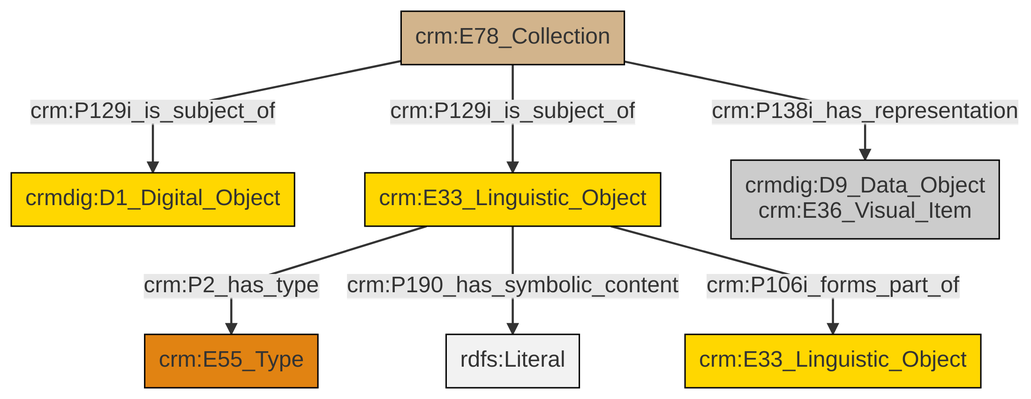
The Mermaid diagram et/archivalCSV/ttl/mmd/png/archival_docs.png in swiss-art-research-net/docs.swissartresearch, before a commit. Its source is kept beside it as et/archivalCSV/ttl/mmd/archival_docs.ttl.mmd.
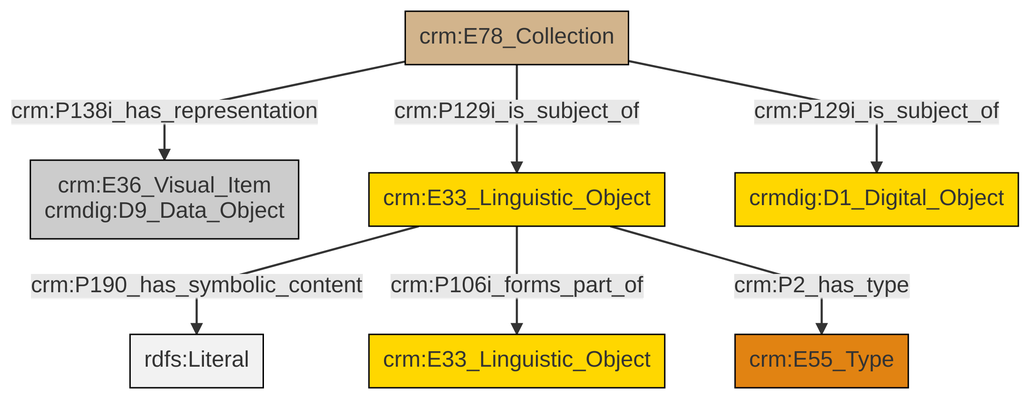
After the change.

The edit, as a diff of the source:
```diff
@@ -13,9 +13,9 @@
 classDef PC_Classes fill:#4ce600, stroke:#000000;
 classDef Multi fill:#cccccc,stroke:#000000;
 
-0["crm:E78_Collection"]:::Physical_Thing -->|crm:P129i_is_subject_of| 1["crmdig:D1_Digital_Object"]:::Conceptual_Object
-2["crm:E33_Linguistic_Object"]:::Conceptual_Object -->|crm:P2_has_type| 4["crm:E55_Type"]:::Type
-2["crm:E33_Linguistic_Object"]:::Conceptual_Object -->|crm:P190_has_symbolic_content| 5[rdfs:Literal]:::Literal
-0["crm:E78_Collection"]:::Physical_Thing -->|crm:P129i_is_subject_of| 2["crm:E33_Linguistic_Object"]:::Conceptual_Object
-2["crm:E33_Linguistic_Object"]:::Conceptual_Object -->|crm:P106i_forms_part_of| 7["crm:E33_Linguistic_Object"]:::Conceptual_Object
-0["crm:E78_Collection"]:::Physical_Thing -->|crm:P138i_has_representation| 10["crmdig:D9_Data_Object<br>crm:E36_Visual_Item"]:::Multi
+5["crm:E78_Collection"]:::Physical_Thing -->|crm:P138i_has_representation| 2["crm:E36_Visual_Item<br>crmdig:D9_Data_Object"]:::Multi
+6["crm:E33_Linguistic_Object"]:::Conceptual_Object -->|crm:P190_has_symbolic_content| 7[rdfs:Literal]:::Literal
+6["crm:E33_Linguistic_Object"]:::Conceptual_Object -->|crm:P106i_forms_part_of| 0["crm:E33_Linguistic_Object"]:::Conceptual_Object
+6["crm:E33_Linguistic_Object"]:::Conceptual_Object -->|crm:P2_has_type| 8["crm:E55_Type"]:::Type
+5["crm:E78_Collection"]:::Physical_Thing -->|crm:P129i_is_subject_of| 6["crm:E33_Linguistic_Object"]:::Conceptual_Object
+5["crm:E78_Collection"]:::Physical_Thing -->|crm:P129i_is_subject_of| 13["crmdig:D1_Digital_Object"]:::Conceptual_Object
```
